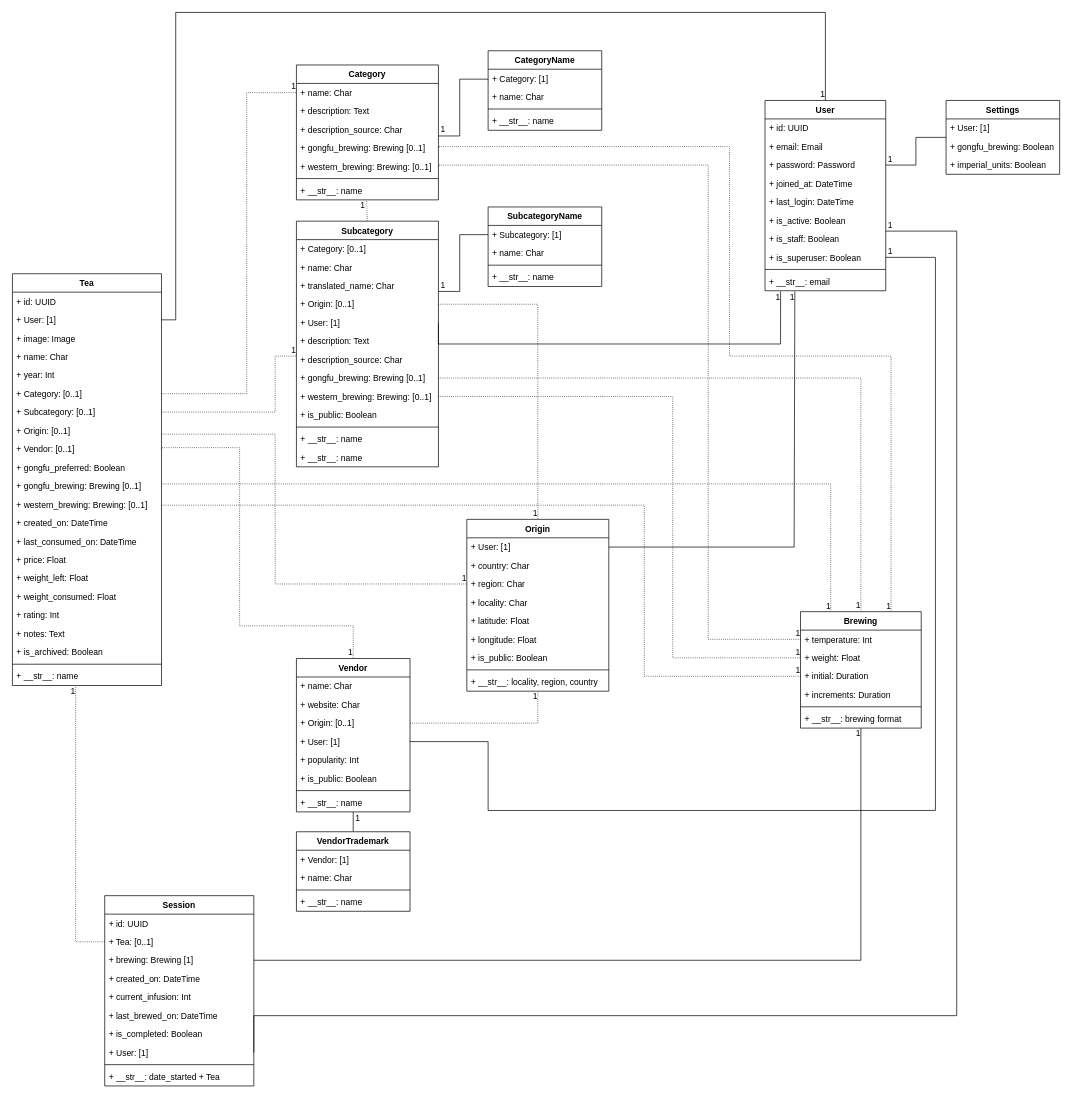
gopicci/tea-shelf keeps this draw.io diagram as tea-shelf.drawio. Above is the earlier version. Source tidied: cells renumbered, new cells numbered last; positions are measured from the earlier drawing's top-left corner, leaving out a move shared by most shapes. Both pictures are drawn from the tidied source at 71%, with x=0, y=0 at pixel (12, 12).
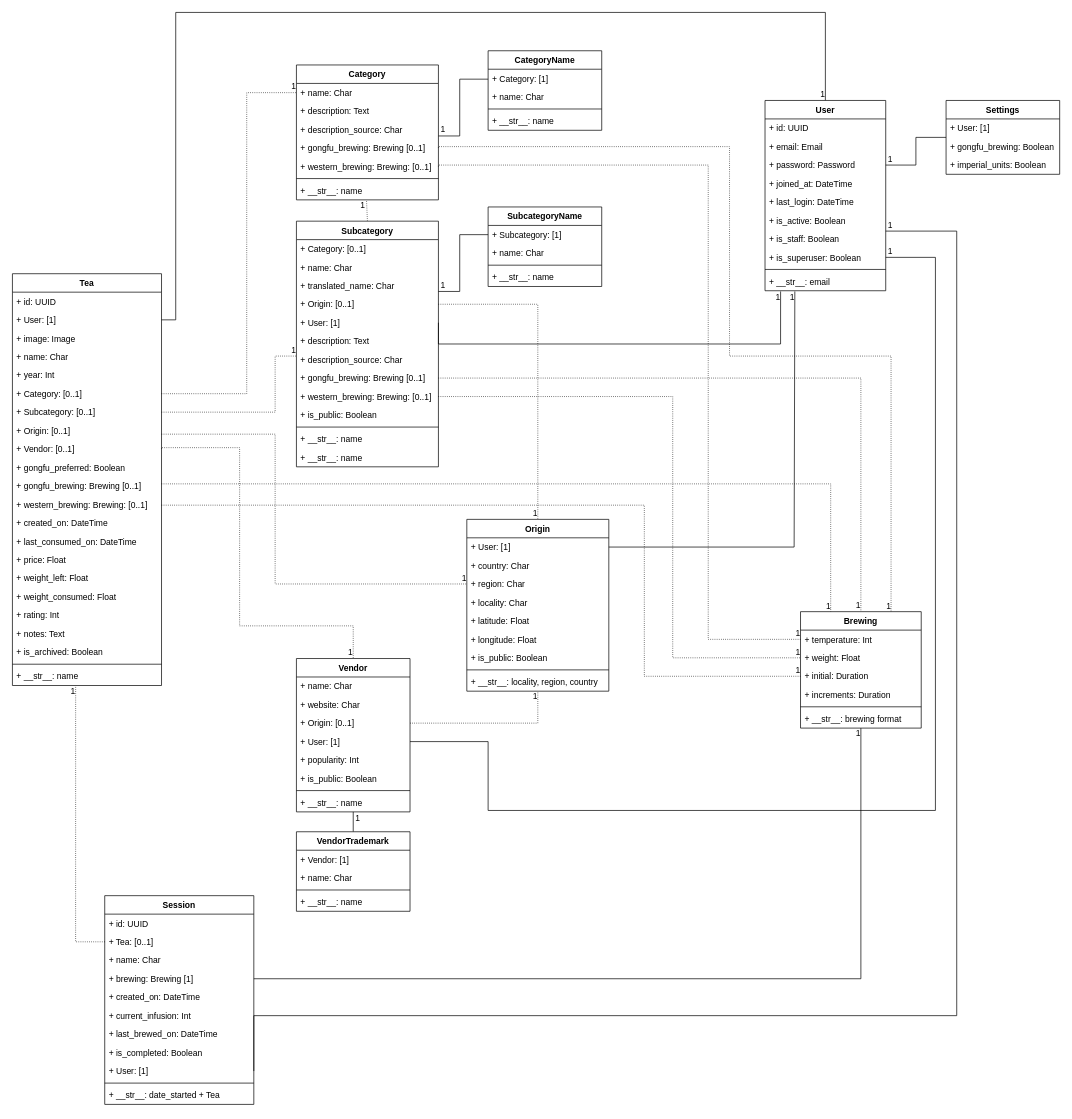
The same page after the edit.

Commit message (it also covers changes not shown here):
Adding name to session model

What changed in the source:
```diff
@@
     <mxCell id="71" value="Session" style="swimlane;fontStyle=1;align=center;verticalAlign=top;horizontal=1;startSize=26;" parent="1" vertex="1">
-      <mxGeometry x="130" y="1244" width="210" height="268" as="geometry" />
+      <mxGeometry x="130" y="1244" width="210" height="294" as="geometry" />
     </mxCell>
@@
+    <mxCell id="162" value="+ name: Char" style="text;strokeColor=none;fillColor=none;align=left;verticalAlign=top;spacingLeft=4;spacingRight=4;overflow=hidden;" parent="71" vertex="1">
+      <mxGeometry y="78" width="210" height="26" as="geometry" />
+    </mxCell>
     <mxCell id="74" value="+ brewing: Brewing [1]" style="text;strokeColor=none;fillColor=none;align=left;verticalAlign=top;spacingLeft=4;spacingRight=4;overflow=hidden;points=[[0,0.5],[1,0.5]];portConstraint=eastwest;" parent="71" vertex="1">
-      <mxGeometry y="78" width="210" height="26" as="geometry" />
+      <mxGeometry y="104" width="210" height="26" as="geometry" />
     </mxCell>
     <mxCell id="75" value="+ created_on: DateTime" style="text;strokeColor=none;fillColor=none;align=left;verticalAlign=top;spacingLeft=4;spacingRight=4;overflow=hidden;" parent="71" vertex="1">
-      <mxGeometry y="104" width="210" height="26" as="geometry" />
+      <mxGeometry y="130" width="210" height="26" as="geometry" />
     </mxCell>
     <mxCell id="76" value="+ current_infusion: Int" style="text;strokeColor=none;fillColor=none;align=left;verticalAlign=top;spacingLeft=4;spacingRight=4;overflow=hidden;" parent="71" vertex="1">
-      <mxGeometry y="130" width="210" height="26" as="geometry" />
+      <mxGeometry y="156" width="210" height="26" as="geometry" />
     </mxCell>
     <mxCell id="77" value="+ last_brewed_on: DateTime" style="text;strokeColor=none;fillColor=none;align=left;verticalAlign=top;spacingLeft=4;spacingRight=4;overflow=hidden;" parent="71" vertex="1">
-      <mxGeometry y="156" width="210" height="26" as="geometry" />
+      <mxGeometry y="182" width="210" height="26" as="geometry" />
     </mxCell>
     <mxCell id="78" value="+ is_completed: Boolean" style="text;strokeColor=none;fillColor=none;align=left;verticalAlign=top;spacingLeft=4;spacingRight=4;overflow=hidden;" parent="71" vertex="1">
-      <mxGeometry y="182" width="210" height="26" as="geometry" />
+      <mxGeometry y="208" width="210" height="26" as="geometry" />
     </mxCell>
     <mxCell id="79" value="+ User: [1]" style="text;strokeColor=none;fillColor=none;align=left;verticalAlign=top;spacingLeft=4;spacingRight=4;overflow=hidden;points=[[0,0.5],[1,0.5]];portConstraint=eastwest;" parent="71" vertex="1">
-      <mxGeometry y="208" width="210" height="26" as="geometry" />
+      <mxGeometry y="234" width="210" height="26" as="geometry" />
     </mxCell>
     <mxCell id="80" style="line;strokeWidth=1;fillColor=none;align=left;verticalAlign=middle;spacingTop=-1;spacingLeft=3;spacingRight=3;labelPosition=right;" parent="71" vertex="1">
-      <mxGeometry y="234" width="210" height="8" as="geometry" />
+      <mxGeometry y="260" width="210" height="8" as="geometry" />
     </mxCell>
     <mxCell id="81" value="+ __str__: date_started + Tea" style="text;strokeColor=none;fillColor=none;align=left;verticalAlign=top;spacingLeft=4;spacingRight=4;overflow=hidden;" parent="71" vertex="1">
-      <mxGeometry y="242" width="210" height="26" as="geometry" />
+      <mxGeometry y="268" width="210" height="26" as="geometry" />
     </mxCell>
```
